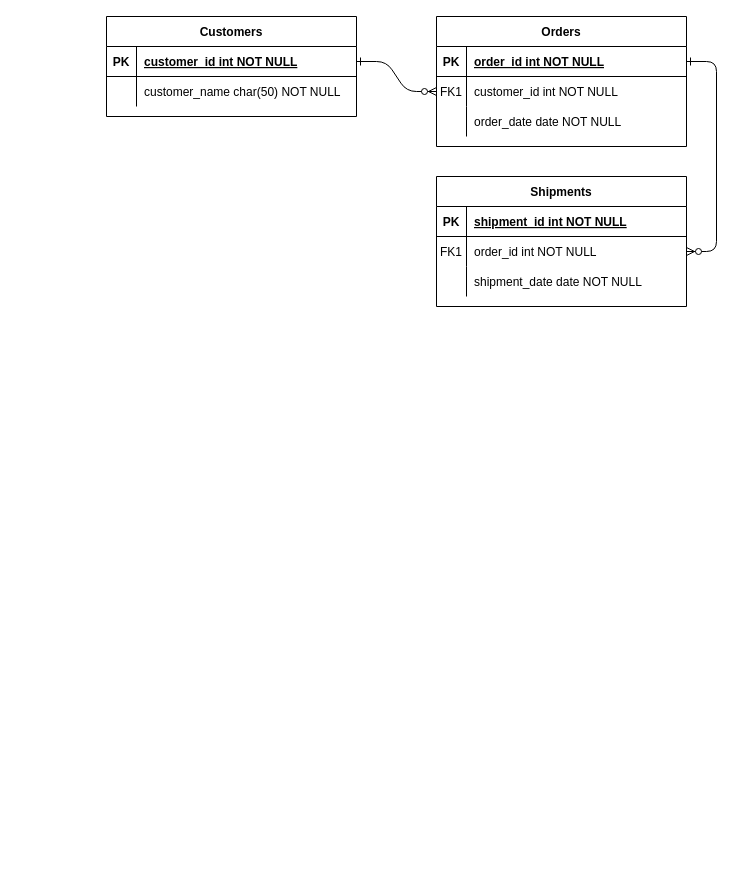
Above: Untitled Diagram.drawio in SamsaAhuerma/Hair-salon-app (draw.io), before the change. Source tidied: cells renumbered, new cells numbered last; positions are measured from the earlier drawing's top-left corner, leaving out a move shared by most shapes. Both pictures are drawn from the tidied source at 100%, with x=0, y=0 at pixel (106, 16).
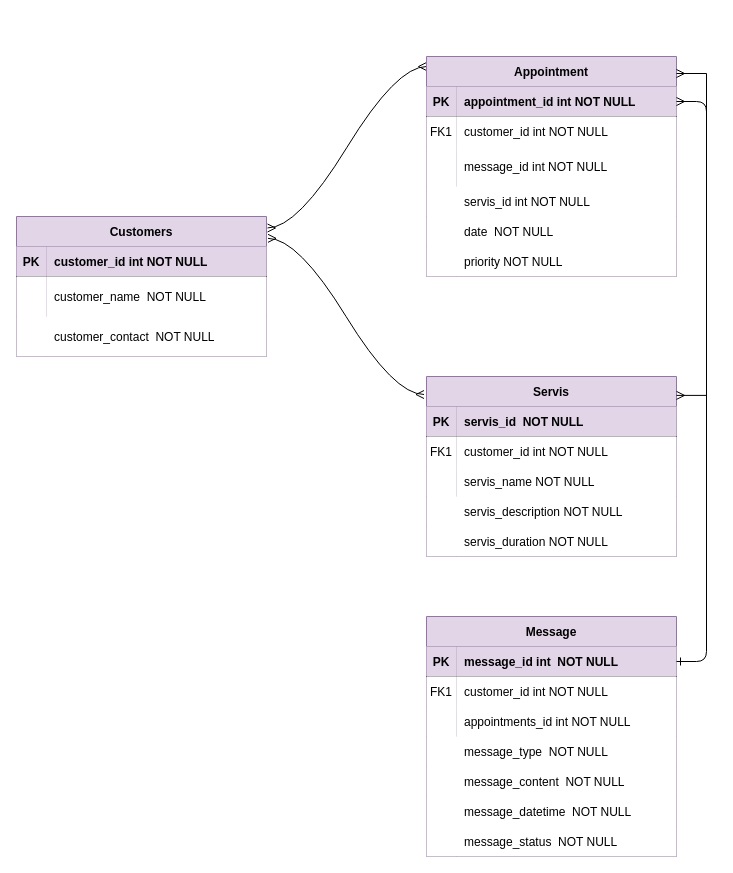
Above is the later version.

Unchanged cells that the change refers to:
```xml
<mxCell id="5" style="shape=partialRectangle;fillColor=none;points=[[0,0.5],[1,0.5]];portConstraint=eastwest;top=0;left=0;right=0;bottom=1;" parent="4" vertex="1">
  <mxGeometry y="30" width="250" height="30" as="geometry" />
</mxCell>
<mxCell id="8" style="shape=partialRectangle;fillColor=none;points=[[0,0.5],[1,0.5]];portConstraint=eastwest;top=0;left=0;right=0;bottom=0;" parent="4" vertex="1">
  <mxGeometry y="60" width="250" height="30" as="geometry" />
</mxCell>
<mxCell id="15" style="shape=partialRectangle;fillColor=none;top=0;left=0;right=0;bottom=1;" parent="14" vertex="1">
  <mxGeometry y="30" width="250" height="30" as="geometry" />
</mxCell>
<mxCell id="18" style="shape=partialRectangle;fillColor=none;points=[[0,0.5],[1,0.5]];portConstraint=eastwest;top=0;left=0;right=0;bottom=0;" parent="14" vertex="1">
  <mxGeometry y="60" width="250" height="30" as="geometry" />
</mxCell>
<mxCell id="21" style="shape=partialRectangle;fillColor=none;top=0;left=0;right=0;bottom=0;" parent="14" vertex="1">
  <mxGeometry y="90" width="250" height="30" as="geometry" />
</mxCell>
<mxCell id="25" style="shape=partialRectangle;fillColor=none;points=[[0,0.5],[1,0.5]];portConstraint=eastwest;top=0;left=0;right=0;bottom=1;" parent="24" vertex="1">
  <mxGeometry y="30" width="250" height="30" as="geometry" />
</mxCell>
```

What changed in the source:
```diff
@@
-    <mxCell id="2" style="edgeStyle=entityRelationEdgeStyle;endArrow=ERzeroToMany;startArrow=ERone;endFill=1;startFill=0;" parent="1" edge="1" source="25" target="8">
-      <mxGeometry relative="1" as="geometry" />
+    <mxCell id="2" style="edgeStyle=entityRelationEdgeStyle;endArrow=ERmany;startArrow=ERmany;endFill=0;startFill=0;rounded=0;curved=1;entryX=0;entryY=0;entryDx=0;entryDy=0;exitX=1.004;exitY=0.082;exitDx=0;exitDy=0;exitPerimeter=0;" parent="1" edge="1" source="24">
+      <mxGeometry relative="1" as="geometry">
+        <mxPoint x="320" y="50" as="targetPoint" />
+        <Array as="points">
+          <mxPoint x="180" y="210" />
+          <mxPoint x="189" y="210" />
+          <mxPoint x="320" y="60" />
+        </Array>
+      </mxGeometry>
     </mxCell>
-    <mxCell id="3" style="edgeStyle=entityRelationEdgeStyle;endArrow=ERzeroToMany;startArrow=ERone;endFill=1;startFill=0;" parent="1" edge="1" source="5" target="18">
-      <mxGeometry relative="1" as="geometry" />
-    </mxCell>
-    <mxCell id="4" value="Orders" style="shape=table;startSize=30;childLayout=tableLayout;rowLines=0;fontStyle=1;align=center;" parent="1" vertex="1">
-      <mxGeometry x="330" width="250" height="130" as="geometry" />
+    <mxCell id="4" value="Appointment" style="shape=table;startSize=30;childLayout=tableLayout;rowLines=0;fontStyle=1;align=center;fillColor=#e1d5e7;strokeColor=#9673a6;labelBorderColor=none;" parent="1" vertex="1">
+      <mxGeometry x="320" y="40" width="250" height="220" as="geometry" />
     </mxCell>
@@
-    <mxCell id="6" value="PK" style="shape=partialRectangle;overflow=hidden;fillColor=none;top=0;left=0;bottom=0;right=0;fontStyle=1;" parent="5" vertex="1">
+    <mxCell id="6" value="PK" style="shape=partialRectangle;overflow=hidden;fillColor=#e1d5e7;top=0;left=0;bottom=0;right=0;fontStyle=1;strokeColor=#9673a6;" parent="5" vertex="1">
       <mxGeometry width="30" height="30" as="geometry" />
     </mxCell>
-    <mxCell id="7" value="order_id int NOT NULL " style="shape=partialRectangle;overflow=hidden;fillColor=none;top=0;left=0;bottom=0;right=0;align=left;spacingLeft=6;fontStyle=5;" parent="5" vertex="1">
+    <mxCell id="7" value="appointment_id int NOT NULL " style="shape=partialRectangle;overflow=hidden;fillColor=#e1d5e7;top=0;left=0;bottom=0;right=0;align=left;spacingLeft=6;fontStyle=1;strokeColor=#9673a6;" parent="5" vertex="1">
       <mxGeometry x="30" width="220" height="30" as="geometry" />
     </mxCell>
@@
-    <mxCell id="9" value="FK1" style="shape=partialRectangle;overflow=hidden;fillColor=none;top=0;left=0;bottom=0;right=0;" parent="8" vertex="1">
+    <mxCell id="9" value="FK1" style="shape=partialRectangle;overflow=hidden;top=0;left=0;bottom=0;right=0;" parent="8" vertex="1">
       <mxGeometry width="30" height="30" as="geometry" />
     </mxCell>
-    <mxCell id="10" value="customer_id int NOT NULL" style="shape=partialRectangle;overflow=hidden;fillColor=none;top=0;left=0;bottom=0;right=0;align=left;spacingLeft=6;" parent="8" vertex="1">
+    <mxCell id="10" value="customer_id int NOT NULL" style="shape=partialRectangle;overflow=hidden;top=0;left=0;bottom=0;right=0;align=left;spacingLeft=6;" parent="8" vertex="1">
       <mxGeometry x="30" width="220" height="30" as="geometry" />
     </mxCell>
     <mxCell id="11" style="shape=partialRectangle;fillColor=none;top=0;left=0;right=0;bottom=0;" parent="4" vertex="1">
-      <mxGeometry y="90" width="250" height="30" as="geometry" />
+      <mxGeometry y="90" width="250" height="40" as="geometry" />
     </mxCell>
-    <mxCell id="12" style="shape=partialRectangle;overflow=hidden;fillColor=none;top=0;left=0;bottom=0;right=0;" parent="11" vertex="1">
-      <mxGeometry width="30" height="30" as="geometry" />
+    <mxCell id="12" style="shape=partialRectangle;overflow=hidden;top=0;left=0;bottom=0;right=0;labelBackgroundColor=none;labelBorderColor=#FF00FF;" parent="11" vertex="1">
+      <mxGeometry width="30" height="40" as="geometry" />
     </mxCell>
-    <mxCell id="13" value="order_date date NOT NULL" style="shape=partialRectangle;overflow=hidden;fillColor=none;top=0;left=0;bottom=0;right=0;align=left;spacingLeft=6;" parent="11" vertex="1">
-      <mxGeometry x="30" width="220" height="30" as="geometry" />
+    <mxCell id="13" value="message_id int NOT NULL" style="shape=partialRectangle;overflow=hidden;top=0;left=0;bottom=0;right=0;align=left;spacingLeft=6;fontSize=12;" parent="11" vertex="1">
+      <mxGeometry x="30" width="220" height="40" as="geometry" />
     </mxCell>
-    <mxCell id="14" value="Shipments" style="shape=table;startSize=30;childLayout=tableLayout;rowLines=0;fontStyle=1;align=center;" parent="1" vertex="1">
-      <mxGeometry x="330" y="160" width="250" height="130" as="geometry" />
+    <mxCell id="14" value="Servis" style="shape=table;startSize=30;childLayout=tableLayout;rowLines=0;fontStyle=1;align=center;fillColor=#e1d5e7;strokeColor=#9673a6;" parent="1" vertex="1">
+      <mxGeometry x="320" y="360" width="250" height="180" as="geometry" />
     </mxCell>
@@
-    <mxCell id="16" value="PK" style="shape=partialRectangle;overflow=hidden;fillColor=none;top=0;left=0;bottom=0;right=0;fontStyle=1;" parent="15" vertex="1">
+    <mxCell id="16" value="PK" style="shape=partialRectangle;overflow=hidden;fillColor=#e1d5e7;top=0;left=0;bottom=0;right=0;fontStyle=1;strokeColor=#9673a6;" parent="15" vertex="1">
       <mxGeometry width="30" height="30" as="geometry" />
     </mxCell>
-    <mxCell id="17" value="shipment_id int NOT NULL " style="shape=partialRectangle;overflow=hidden;fillColor=none;top=0;left=0;bottom=0;right=0;align=left;spacingLeft=6;fontStyle=5;" parent="15" vertex="1">
+    <mxCell id="17" value="servis_id  NOT NULL " style="shape=partialRectangle;overflow=hidden;fillColor=#e1d5e7;top=0;left=0;bottom=0;right=0;align=left;spacingLeft=6;fontStyle=1;strokeColor=#9673a6;" parent="15" vertex="1">
       <mxGeometry x="30" width="220" height="30" as="geometry" />
     </mxCell>
@@
-    <mxCell id="19" value="FK1" style="shape=partialRectangle;overflow=hidden;fillColor=none;top=0;left=0;bottom=0;right=0;" parent="18" vertex="1">
+    <mxCell id="19" value="FK1" style="shape=partialRectangle;overflow=hidden;top=0;left=0;bottom=0;right=0;" parent="18" vertex="1">
       <mxGeometry width="30" height="30" as="geometry" />
     </mxCell>
-    <mxCell id="20" value="order_id int NOT NULL" style="shape=partialRectangle;overflow=hidden;fillColor=none;top=0;left=0;bottom=0;right=0;align=left;spacingLeft=6;" parent="18" vertex="1">
+    <mxCell id="20" value="customer_id int NOT NULL" style="shape=partialRectangle;overflow=hidden;top=0;left=0;bottom=0;right=0;align=left;spacingLeft=6;" parent="18" vertex="1">
       <mxGeometry x="30" width="220" height="30" as="geometry" />
     </mxCell>
@@
-    <mxCell id="22" style="shape=partialRectangle;overflow=hidden;fillColor=none;top=0;left=0;bottom=0;right=0;" parent="21" vertex="1">
+    <mxCell id="22" style="shape=partialRectangle;overflow=hidden;top=0;left=0;bottom=0;right=0;" parent="21" vertex="1">
       <mxGeometry width="30" height="30" as="geometry" />
     </mxCell>
-    <mxCell id="23" value="shipment_date date NOT NULL" style="shape=partialRectangle;overflow=hidden;fillColor=none;top=0;left=0;bottom=0;right=0;align=left;spacingLeft=6;" parent="21" vertex="1">
+    <mxCell id="23" value="servis_name NOT NULL" style="shape=partialRectangle;overflow=hidden;top=0;left=0;bottom=0;right=0;align=left;spacingLeft=6;" parent="21" vertex="1">
       <mxGeometry x="30" width="220" height="30" as="geometry" />
     </mxCell>
-    <mxCell id="24" value="Customers" style="shape=table;startSize=30;childLayout=tableLayout;rowLines=0;fontStyle=1;align=center;" parent="1" vertex="1">
-      <mxGeometry width="250" height="100" as="geometry" />
+    <mxCell id="24" value="Customers" style="shape=table;startSize=30;childLayout=tableLayout;rowLines=0;fontStyle=1;align=center;fillColor=#e1d5e7;strokeColor=#9673a6;" parent="1" vertex="1">
+      <mxGeometry x="-90" y="200" width="250" height="140" as="geometry" />
     </mxCell>
@@
-    <mxCell id="26" value="PK" style="shape=partialRectangle;overflow=hidden;fillColor=none;top=0;left=0;bottom=0;right=0;fontStyle=1;" parent="25" vertex="1">
+    <mxCell id="26" value="PK" style="shape=partialRectangle;overflow=hidden;fillColor=#e1d5e7;top=0;left=0;bottom=0;right=0;fontStyle=1;strokeColor=#9673a6;" parent="25" vertex="1">
       <mxGeometry width="30" height="30" as="geometry" />
     </mxCell>
-    <mxCell id="27" value="customer_id int NOT NULL " style="shape=partialRectangle;overflow=hidden;fillColor=none;top=0;left=0;bottom=0;right=0;align=left;spacingLeft=6;fontStyle=5;" parent="25" vertex="1">
+    <mxCell id="27" value="customer_id int NOT NULL " style="shape=partialRectangle;overflow=hidden;fillColor=#e1d5e7;top=0;left=0;bottom=0;right=0;align=left;spacingLeft=6;fontStyle=1;strokeColor=#9673a6;" parent="25" vertex="1">
       <mxGeometry x="30" width="220" height="30" as="geometry" />
     </mxCell>
     <mxCell id="28" style="shape=partialRectangle;fillColor=none;top=0;left=0;right=0;bottom=0;" parent="24" vertex="1">
-      <mxGeometry y="60" width="250" height="30" as="geometry" />
+      <mxGeometry y="60" width="250" height="40" as="geometry" />
     </mxCell>
-    <mxCell id="29" style="shape=partialRectangle;overflow=hidden;fillColor=none;top=0;left=0;bottom=0;right=0;" parent="28" vertex="1">
-      <mxGeometry width="30" height="30" as="geometry" />
+    <mxCell id="29" style="shape=partialRectangle;overflow=hidden;top=0;left=0;bottom=0;right=0;" parent="28" vertex="1">
+      <mxGeometry width="30" height="40" as="geometry" />
     </mxCell>
-    <mxCell id="30" value="customer_name char(50) NOT NULL" style="shape=partialRectangle;overflow=hidden;fillColor=none;top=0;left=0;bottom=0;right=0;align=left;spacingLeft=6;" parent="28" vertex="1">
-      <mxGeometry x="30" width="220" height="30" as="geometry" />
+    <mxCell id="30" value="customer_name  NOT NULL" style="shape=partialRectangle;overflow=hidden;top=0;left=0;bottom=0;right=0;align=left;spacingLeft=6;" parent="28" vertex="1">
+      <mxGeometry x="30" width="220" height="40" as="geometry" />
     </mxCell>
+    <mxCell id="31" style="edgeStyle=entityRelationEdgeStyle;endArrow=ERmany;startArrow=ERmany;endFill=0;startFill=0;rounded=0;curved=1;entryX=-0.01;entryY=0.1;entryDx=0;entryDy=0;entryPerimeter=0;exitX=1.006;exitY=0.156;exitDx=0;exitDy=0;exitPerimeter=0;" parent="1" edge="1" source="24" target="14">
+      <mxGeometry relative="1" as="geometry">
+        <Array as="points">
+          <mxPoint x="190" y="220" />
+          <mxPoint x="199" y="220" />
+          <mxPoint x="330" y="70" />
+        </Array>
+      </mxGeometry>
+    </mxCell>
+    <mxCell id="32" style="endArrow=ERmany;startArrow=ERmany;endFill=0;startFill=0;rounded=0;exitX=1.014;exitY=0.131;exitDx=0;exitDy=0;exitPerimeter=0;edgeStyle=entityRelationEdgeStyle;entryX=1;entryY=0.105;entryDx=0;entryDy=0;entryPerimeter=0;" parent="1" edge="1" target="14">
+      <mxGeometry relative="1" as="geometry">
+        <mxPoint x="570" y="57" as="sourcePoint" />
+        <Array as="points">
+          <mxPoint x="600" y="280" />
+        </Array>
+      </mxGeometry>
+    </mxCell>
+    <mxCell id="33" value="customer_contact  NOT NULL" style="shape=partialRectangle;overflow=hidden;top=0;left=0;bottom=0;right=0;align=left;spacingLeft=6;gradientColor=none;perimeterSpacing=0;verticalAlign=middle;labelBackgroundColor=none;" parent="1" vertex="1">
+      <mxGeometry x="-60" y="300" width="220" height="40" as="geometry" />
+    </mxCell>
+    <mxCell id="34" style="shape=partialRectangle;overflow=hidden;top=0;left=0;bottom=0;right=0;" parent="1" vertex="1">
+      <mxGeometry x="-90" y="300" width="30" height="40" as="geometry" />
+    </mxCell>
+    <mxCell id="35" value="servis_id int NOT NULL" style="shape=partialRectangle;overflow=hidden;top=0;left=0;bottom=0;right=0;align=left;spacingLeft=6;fontSize=12;labelBorderColor=none;labelBackgroundColor=none;textShadow=0;" parent="1" vertex="1">
+      <mxGeometry x="350" y="170" width="220" height="30" as="geometry" />
+    </mxCell>
+    <mxCell id="36" style="shape=partialRectangle;overflow=hidden;top=0;left=0;bottom=0;right=0;labelBorderColor=none;" parent="1" vertex="1">
+      <mxGeometry x="320" y="170" width="30" height="30" as="geometry" />
+    </mxCell>
+    <mxCell id="37" value="date  NOT NULL" style="shape=partialRectangle;overflow=hidden;top=0;left=0;bottom=0;right=0;align=left;spacingLeft=6;fontSize=12;" parent="1" vertex="1">
+      <mxGeometry x="350" y="200" width="220" height="30" as="geometry" />
+    </mxCell>
+    <mxCell id="38" style="shape=partialRectangle;overflow=hidden;top=0;left=0;bottom=0;right=0;" parent="1" vertex="1">
+      <mxGeometry x="320" y="200" width="30" height="30" as="geometry" />
+    </mxCell>
+    <mxCell id="39" value="priority NOT NULL" style="shape=partialRectangle;overflow=hidden;top=0;left=0;bottom=0;right=0;align=left;spacingLeft=6;fontSize=12;fontColor=default;" parent="1" vertex="1">
+      <mxGeometry x="350" y="230" width="220" height="30" as="geometry" />
+    </mxCell>
+    <mxCell id="40" style="shape=partialRectangle;overflow=hidden;top=0;left=0;bottom=0;right=0;" parent="1" vertex="1">
+      <mxGeometry x="320" y="230" width="30" height="30" as="geometry" />
+    </mxCell>
+    <mxCell id="41" value="servis_description NOT NULL" style="shape=partialRectangle;overflow=hidden;top=0;left=0;bottom=0;right=0;align=left;spacingLeft=6;" parent="1" vertex="1">
+      <mxGeometry x="350" y="480" width="220" height="30" as="geometry" />
+    </mxCell>
+    <mxCell id="42" style="shape=partialRectangle;overflow=hidden;top=0;left=0;bottom=0;right=0;" parent="1" vertex="1">
+      <mxGeometry x="320" y="480" width="30" height="30" as="geometry" />
+    </mxCell>
+    <mxCell id="43" value="servis_duration NOT NULL" style="shape=partialRectangle;overflow=hidden;top=0;left=0;bottom=0;right=0;align=left;spacingLeft=6;" parent="1" vertex="1">
+      <mxGeometry x="350" y="510" width="220" height="30" as="geometry" />
+    </mxCell>
+    <mxCell id="44" style="shape=partialRectangle;overflow=hidden;top=0;left=0;bottom=0;right=0;" parent="1" vertex="1">
+      <mxGeometry x="320" y="510" width="30" height="30" as="geometry" />
+    </mxCell>
+    <mxCell id="45" value="Message" style="shape=table;startSize=30;childLayout=tableLayout;rowLines=0;fontStyle=1;align=center;fillColor=#e1d5e7;strokeColor=#9673a6;" parent="1" vertex="1">
+      <mxGeometry x="320" y="600" width="250" height="240" as="geometry" />
+    </mxCell>
+    <mxCell id="46" style="shape=partialRectangle;fillColor=none;points=[[0,0.5],[1,0.5]];portConstraint=eastwest;top=0;left=0;right=0;bottom=1;" parent="45" vertex="1">
+      <mxGeometry y="30" width="250" height="30" as="geometry" />
+    </mxCell>
+    <mxCell id="47" value="PK" style="shape=partialRectangle;overflow=hidden;fillColor=#e1d5e7;top=0;left=0;bottom=0;right=0;fontStyle=1;strokeColor=#9673a6;" parent="46" vertex="1">
+      <mxGeometry width="30" height="30" as="geometry" />
+    </mxCell>
+    <mxCell id="48" value="message_id int  NOT NULL " style="shape=partialRectangle;overflow=hidden;fillColor=#e1d5e7;top=0;left=0;bottom=0;right=0;align=left;spacingLeft=6;fontStyle=1;strokeColor=#9673a6;" parent="46" vertex="1">
+      <mxGeometry x="30" width="220" height="30" as="geometry" />
+    </mxCell>
+    <mxCell id="49" style="shape=partialRectangle;fillColor=none;top=0;left=0;right=0;bottom=0;" parent="45" vertex="1">
+      <mxGeometry y="60" width="250" height="30" as="geometry" />
+    </mxCell>
+    <mxCell id="50" value="FK1" style="shape=partialRectangle;overflow=hidden;top=0;left=0;bottom=0;right=0;" parent="49" vertex="1">
+      <mxGeometry width="30" height="30" as="geometry" />
+    </mxCell>
+    <mxCell id="51" value="customer_id int NOT NULL" style="shape=partialRectangle;overflow=hidden;top=0;left=0;bottom=0;right=0;align=left;spacingLeft=6;" parent="49" vertex="1">
+      <mxGeometry x="30" width="220" height="30" as="geometry" />
+    </mxCell>
+    <mxCell id="52" style="shape=partialRectangle;fillColor=none;top=0;left=0;right=0;bottom=0;" parent="45" vertex="1">
+      <mxGeometry y="90" width="250" height="30" as="geometry" />
+    </mxCell>
+    <mxCell id="53" style="shape=partialRectangle;overflow=hidden;top=0;left=0;bottom=0;right=0;" parent="52" vertex="1">
+      <mxGeometry width="30" height="30" as="geometry" />
+    </mxCell>
+    <mxCell id="54" value="appointments_id int NOT NULL" style="shape=partialRectangle;overflow=hidden;top=0;left=0;bottom=0;right=0;align=left;spacingLeft=6;" parent="52" vertex="1">
+      <mxGeometry x="30" width="220" height="30" as="geometry" />
+    </mxCell>
+    <mxCell id="55" value="message_type  NOT NULL" style="shape=partialRectangle;overflow=hidden;top=0;left=0;bottom=0;right=0;align=left;spacingLeft=6;" parent="1" vertex="1">
+      <mxGeometry x="350" y="720" width="220" height="30" as="geometry" />
+    </mxCell>
+    <mxCell id="56" style="shape=partialRectangle;overflow=hidden;top=0;left=0;bottom=0;right=0;" parent="1" vertex="1">
+      <mxGeometry x="320" y="720" width="30" height="30" as="geometry" />
+    </mxCell>
+    <mxCell id="57" value="message_content  NOT NULL" style="shape=partialRectangle;overflow=hidden;top=0;left=0;bottom=0;right=0;align=left;spacingLeft=6;" parent="1" vertex="1">
+      <mxGeometry x="350" y="750" width="220" height="30" as="geometry" />
+    </mxCell>
+    <mxCell id="58" style="shape=partialRectangle;overflow=hidden;top=0;left=0;bottom=0;right=0;" parent="1" vertex="1">
+      <mxGeometry x="320" y="750" width="30" height="30" as="geometry" />
+    </mxCell>
+    <mxCell id="59" value="message_datetime  NOT NULL" style="shape=partialRectangle;overflow=hidden;top=0;left=0;bottom=0;right=0;align=left;spacingLeft=6;" parent="1" vertex="1">
+      <mxGeometry x="350" y="780" width="220" height="30" as="geometry" />
+    </mxCell>
+    <mxCell id="60" value="message_status  NOT NULL" style="shape=partialRectangle;overflow=hidden;top=0;left=0;bottom=0;right=0;align=left;spacingLeft=6;" parent="1" vertex="1">
+      <mxGeometry x="350" y="810" width="220" height="30" as="geometry" />
+    </mxCell>
+    <mxCell id="61" style="shape=partialRectangle;overflow=hidden;top=0;left=0;bottom=0;right=0;" parent="1" vertex="1">
+      <mxGeometry x="320" y="780" width="30" height="60" as="geometry" />
+    </mxCell>
+    <mxCell id="62" style="edgeStyle=entityRelationEdgeStyle;endArrow=ERmany;startArrow=ERone;endFill=0;startFill=0;rounded=1;curved=0;exitX=1;exitY=0.5;exitDx=0;exitDy=0;entryX=1;entryY=0.5;entryDx=0;entryDy=0;" parent="1" edge="1" source="46" target="5">
+      <mxGeometry relative="1" as="geometry">
+        <Array as="points">
+          <mxPoint x="680" y="682" />
+          <mxPoint x="730" y="415" />
+          <mxPoint x="670" y="425" />
+          <mxPoint x="760" y="425" />
+          <mxPoint x="720" y="425" />
+          <mxPoint x="620" y="322" />
+          <mxPoint x="690" y="412" />
+          <mxPoint x="629" y="322" />
+          <mxPoint x="760" y="172" />
+        </Array>
+      </mxGeometry>
+    </mxCell>
```
